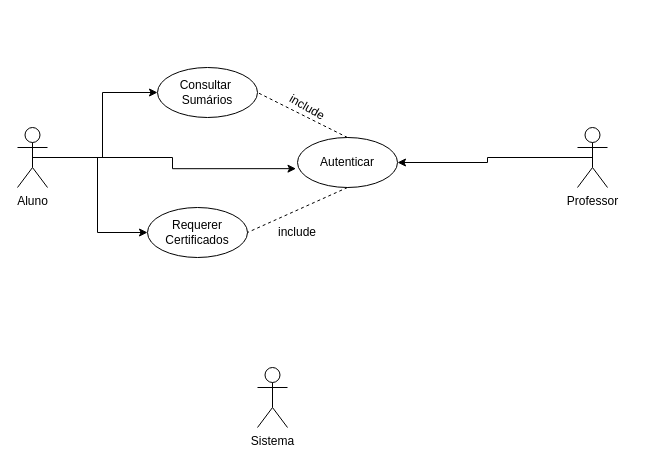
afonsocastro107/tpsi-sgbd-2121824 keeps this draw.io diagram as page "Página-1" (1 of 2) of Diagramas 2.drawio. Above is the earlier version. Source tidied: cells renumbered, new cells numbered last; positions are measured from the earlier drawing's top-left corner, leaving out a move shared by most shapes. Both pictures are drawn from the tidied source at 100%, with x=0, y=0 at pixel (17, 67).
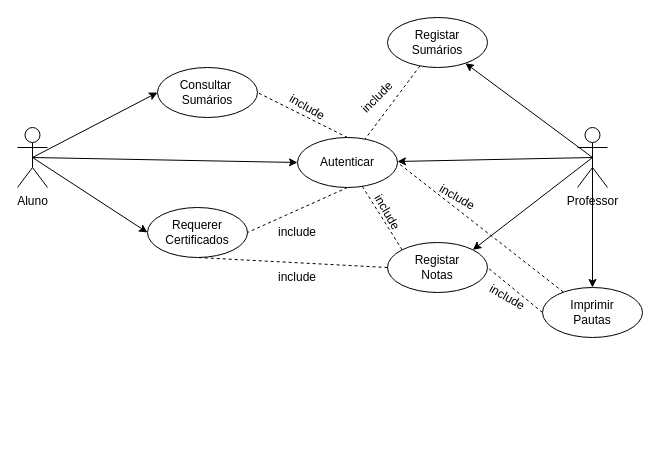
The same diagram, later.

The change refers to these unchanged cells:
```xml
<mxCell id="2" value="Consultar&amp;nbsp;&lt;div&gt;Sumários&lt;/div&gt;" style="ellipse;whiteSpace=wrap;html=1;gradientColor=none;fillColor=none;" parent="1" vertex="1">
  <mxGeometry x="140" width="100" height="50" as="geometry" />
</mxCell>
<mxCell id="5" value="Aluno" style="shape=umlActor;verticalLabelPosition=bottom;verticalAlign=top;html=1;outlineConnect=0;" parent="1" vertex="1">
  <mxGeometry y="60" width="30" height="60" as="geometry" />
</mxCell>
<mxCell id="6" value="Professor" style="shape=umlActor;verticalLabelPosition=bottom;verticalAlign=top;html=1;outlineConnect=0;" parent="1" vertex="1">
  <mxGeometry x="560" y="60" width="30" height="60" as="geometry" />
</mxCell>
<mxCell id="8" value="Autenticar" style="ellipse;whiteSpace=wrap;html=1;gradientColor=none;fillColor=none;" parent="1" vertex="1">
  <mxGeometry x="280" y="70" width="100" height="50" as="geometry" />
</mxCell>
<mxCell id="9" value="Requerer&lt;div&gt;Certificados&lt;/div&gt;" style="ellipse;whiteSpace=wrap;html=1;gradientColor=none;fillColor=none;" parent="1" vertex="1">
  <mxGeometry x="130" y="140" width="100" height="50" as="geometry" />
</mxCell>
```

Diff of the diagram source:
```diff
@@
-    <mxCell id="3" style="edgeStyle=orthogonalEdgeStyle;rounded=0;jettySize=auto;html=1;entryX=0;entryY=0.5;entryDx=0;entryDy=0;exitX=0.5;exitY=0.5;exitDx=0;exitDy=0;exitPerimeter=0;" parent="1" edge="1" source="5" target="2">
+    <mxCell id="3" style="rounded=0;jettySize=auto;html=1;entryX=0;entryY=0.5;entryDx=0;entryDy=0;exitX=0.5;exitY=0.5;exitDx=0;exitDy=0;exitPerimeter=0;" parent="1" edge="1" source="5" target="2">
       <mxGeometry relative="1" as="geometry" />
     </mxCell>
-    <mxCell id="4" style="edgeStyle=orthogonalEdgeStyle;rounded=0;jettySize=auto;html=1;exitX=0.5;exitY=0.5;exitDx=0;exitDy=0;exitPerimeter=0;entryX=0;entryY=0.5;entryDx=0;entryDy=0;" parent="1" edge="1" source="5" target="9">
+    <mxCell id="4" style="rounded=0;jettySize=auto;html=1;exitX=0.5;exitY=0.5;exitDx=0;exitDy=0;exitPerimeter=0;entryX=0;entryY=0.5;entryDx=0;entryDy=0;" parent="1" edge="1" source="5" target="9">
       <mxGeometry relative="1" as="geometry" />
     </mxCell>
@@
+    <mxCell id="16" style="edgeStyle=orthogonalEdgeStyle;rounded=0;jettySize=auto;html=1;exitX=0.5;exitY=0.5;exitDx=0;exitDy=0;exitPerimeter=0;" parent="1" edge="1" source="6" target="20">
+      <mxGeometry relative="1" as="geometry" />
+    </mxCell>
+    <mxCell id="17" style="rounded=0;jettySize=auto;html=1;exitX=0.5;exitY=0.5;exitDx=0;exitDy=0;exitPerimeter=0;entryX=1;entryY=0;entryDx=0;entryDy=0;" parent="1" edge="1" source="6" target="19">
+      <mxGeometry relative="1" as="geometry" />
+    </mxCell>
+    <mxCell id="18" style="rounded=0;jettySize=auto;html=1;exitX=0.5;exitY=0.5;exitDx=0;exitDy=0;exitPerimeter=0;" parent="1" edge="1" source="6" target="21">
+      <mxGeometry relative="1" as="geometry" />
+    </mxCell>
@@
-    <mxCell id="7" value="Sistema" style="shape=umlActor;verticalLabelPosition=bottom;verticalAlign=top;html=1;" parent="1" vertex="1">
-      <mxGeometry x="240" y="300" width="30" height="60" as="geometry" />
-    </mxCell>
@@
-    <mxCell id="10" style="edgeStyle=orthogonalEdgeStyle;rounded=0;jettySize=auto;html=1;exitX=0.5;exitY=0.5;exitDx=0;exitDy=0;exitPerimeter=0;entryX=-0.015;entryY=0.623;entryDx=0;entryDy=0;entryPerimeter=0;" parent="1" edge="1" source="5" target="8">
+    <mxCell id="10" style="rounded=0;jettySize=auto;html=1;exitX=0.5;exitY=0.5;exitDx=0;exitDy=0;exitPerimeter=0;entryX=0;entryY=0.5;entryDx=0;entryDy=0;" parent="1" edge="1" source="5" target="8">
       <mxGeometry relative="1" as="geometry" />
     </mxCell>
-    <mxCell id="11" style="edgeStyle=orthogonalEdgeStyle;rounded=0;jettySize=auto;html=1;exitX=0.5;exitY=0.5;exitDx=0;exitDy=0;exitPerimeter=0;" parent="1" edge="1" source="6" target="8">
+    <mxCell id="11" style="rounded=0;jettySize=auto;html=1;exitX=0.5;exitY=0.5;exitDx=0;exitDy=0;exitPerimeter=0;" parent="1" edge="1" source="6" target="8">
       <mxGeometry relative="1" as="geometry" />
     </mxCell>
@@
+    <mxCell id="19" value="Registar&lt;div&gt;Notas&lt;/div&gt;" style="ellipse;whiteSpace=wrap;html=1;gradientColor=none;fillColor=none;" parent="1" vertex="1">
+      <mxGeometry x="370" y="175" width="100" height="50" as="geometry" />
+    </mxCell>
+    <mxCell id="20" value="Imprimir&lt;div&gt;Pautas&lt;/div&gt;" style="ellipse;whiteSpace=wrap;html=1;gradientColor=none;fillColor=none;" parent="1" vertex="1">
+      <mxGeometry x="525" y="220" width="100" height="50" as="geometry" />
+    </mxCell>
+    <mxCell id="21" value="Registar&lt;div&gt;Sumários&lt;/div&gt;" style="ellipse;whiteSpace=wrap;html=1;gradientColor=none;fillColor=none;" parent="1" vertex="1">
+      <mxGeometry x="370" y="-50" width="100" height="50" as="geometry" />
+    </mxCell>
+    <mxCell id="22" value="include" style="text;html=1;align=center;verticalAlign=middle;whiteSpace=wrap;rounded=0;rotation=30;" parent="1" vertex="1">
+      <mxGeometry x="470" y="220" width="40" height="20" as="geometry" />
+    </mxCell>
+    <mxCell id="23" style="endArrow=none;dashed=1;html=1;rounded=0;entryX=1;entryY=0.5;entryDx=0;entryDy=0;exitX=0;exitY=0.5;exitDx=0;exitDy=0;" parent="1" edge="1" source="20" target="19">
+      <mxGeometry relative="1" as="geometry" />
+    </mxCell>
+    <mxCell id="24" style="endArrow=none;dashed=1;html=1;rounded=0;entryX=0.5;entryY=1;entryDx=0;entryDy=0;exitX=0;exitY=0.5;exitDx=0;exitDy=0;" parent="1" edge="1" source="19" target="9">
+      <mxGeometry relative="1" as="geometry" />
+    </mxCell>
+    <mxCell id="25" value="include" style="text;html=1;align=center;verticalAlign=middle;whiteSpace=wrap;rounded=0;rotation=0;" parent="1" vertex="1">
+      <mxGeometry x="260" y="200" width="40" height="20" as="geometry" />
+    </mxCell>
+    <mxCell id="26" value="include" style="text;html=1;align=center;verticalAlign=middle;whiteSpace=wrap;rounded=0;rotation=60;" parent="1" vertex="1">
+      <mxGeometry x="350" y="135" width="40" height="20" as="geometry" />
+    </mxCell>
+    <mxCell id="27" style="endArrow=none;dashed=1;html=1;rounded=0;exitX=0;exitY=0;exitDx=0;exitDy=0;" parent="1" edge="1" source="19" target="8">
+      <mxGeometry relative="1" as="geometry" />
+    </mxCell>
+    <mxCell id="28" style="endArrow=none;dashed=1;html=1;rounded=0;" parent="1" edge="1" source="21" target="8">
+      <mxGeometry relative="1" as="geometry" />
+    </mxCell>
+    <mxCell id="29" value="include" style="text;html=1;align=center;verticalAlign=middle;whiteSpace=wrap;rounded=0;rotation=-45;" parent="1" vertex="1">
+      <mxGeometry x="340" y="20" width="40" height="20" as="geometry" />
+    </mxCell>
+    <mxCell id="30" style="endArrow=none;dashed=1;html=1;rounded=0;entryX=1;entryY=0.5;entryDx=0;entryDy=0;exitX=0.208;exitY=0.09;exitDx=0;exitDy=0;exitPerimeter=0;" parent="1" edge="1" source="20" target="8">
+      <mxGeometry relative="1" as="geometry" />
+    </mxCell>
+    <mxCell id="31" value="include" style="text;html=1;align=center;verticalAlign=middle;whiteSpace=wrap;rounded=0;rotation=30;" parent="1" vertex="1">
+      <mxGeometry x="420" y="120" width="40" height="20" as="geometry" />
+    </mxCell>
```
